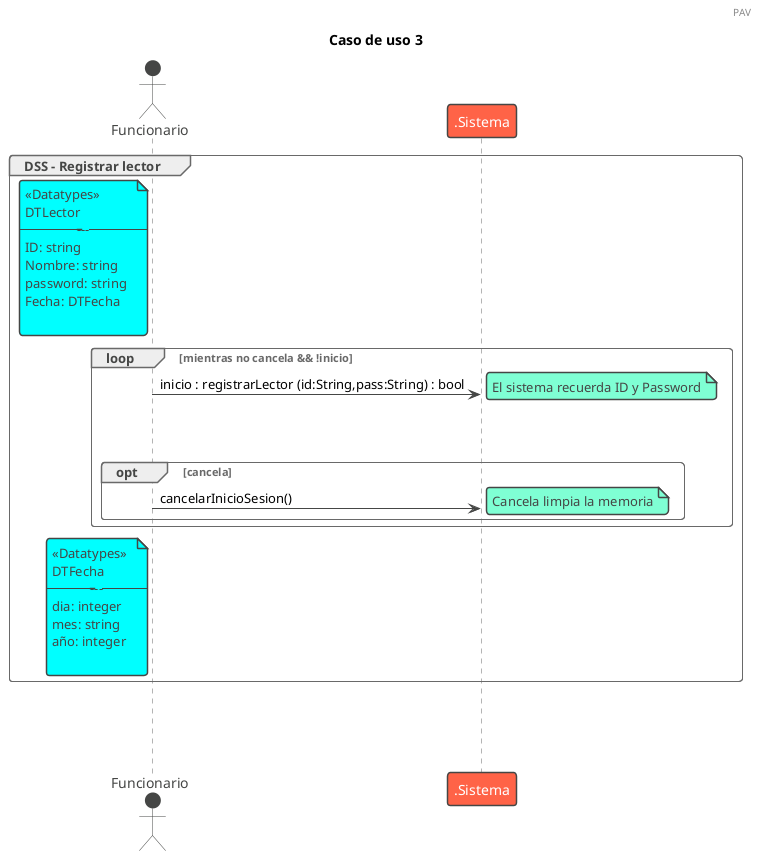
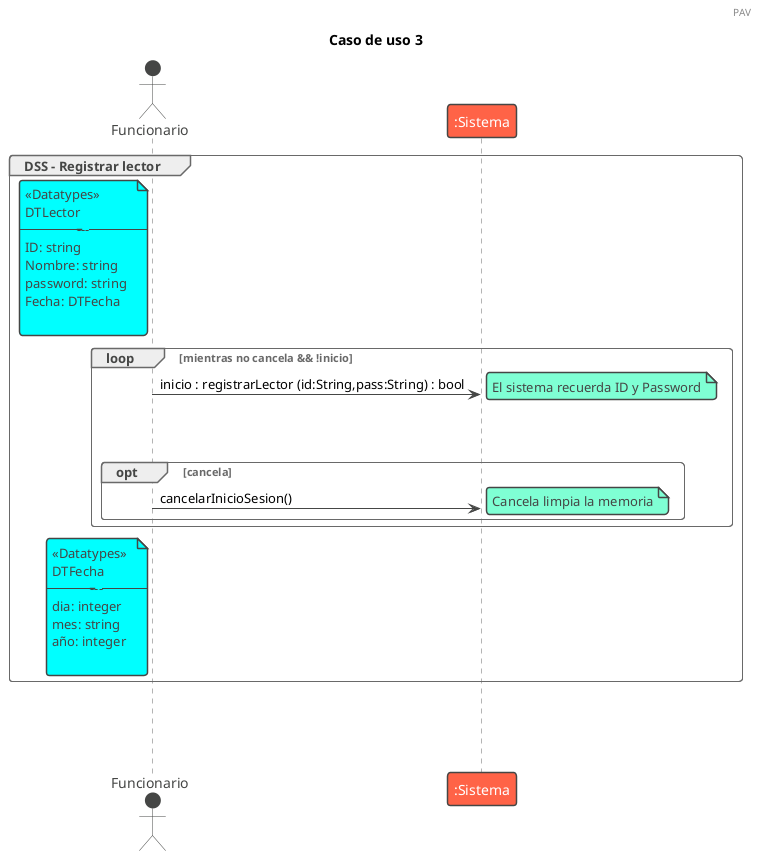
@startuml registrarLector
!theme vibrant
header PAV


title Caso de uso 3

group DSS - Registrar lector
Actor Funcionario

note left of Funcionario #aqua
<<Datatypes>>
DTLector
-----------
ID: string
Nombre: string
password: string
Fecha: DTFecha

end note



loop mientras no cancela && !inicio

- Funcionario -> .Sistema : inicio : registrarLector (id:String,pass:String) : bool
+ Funcionario -> ":Sistema" : inicio : registrarLector (id:String,pass:String) : bool

note right: El sistema recuerda ID y Password

|||
|||
opt cancela
- Funcionario -> .Sistema : cancelarInicioSesion()
+ Funcionario -> ":Sistema" : cancelarInicioSesion()
note right: Cancela limpia la memoria
end





end


note left of Funcionario #aqua
<<Datatypes>>
DTFecha
-----------
dia: integer
mes: string
año: integer

end note


end
|||
|||
|||
@enduml